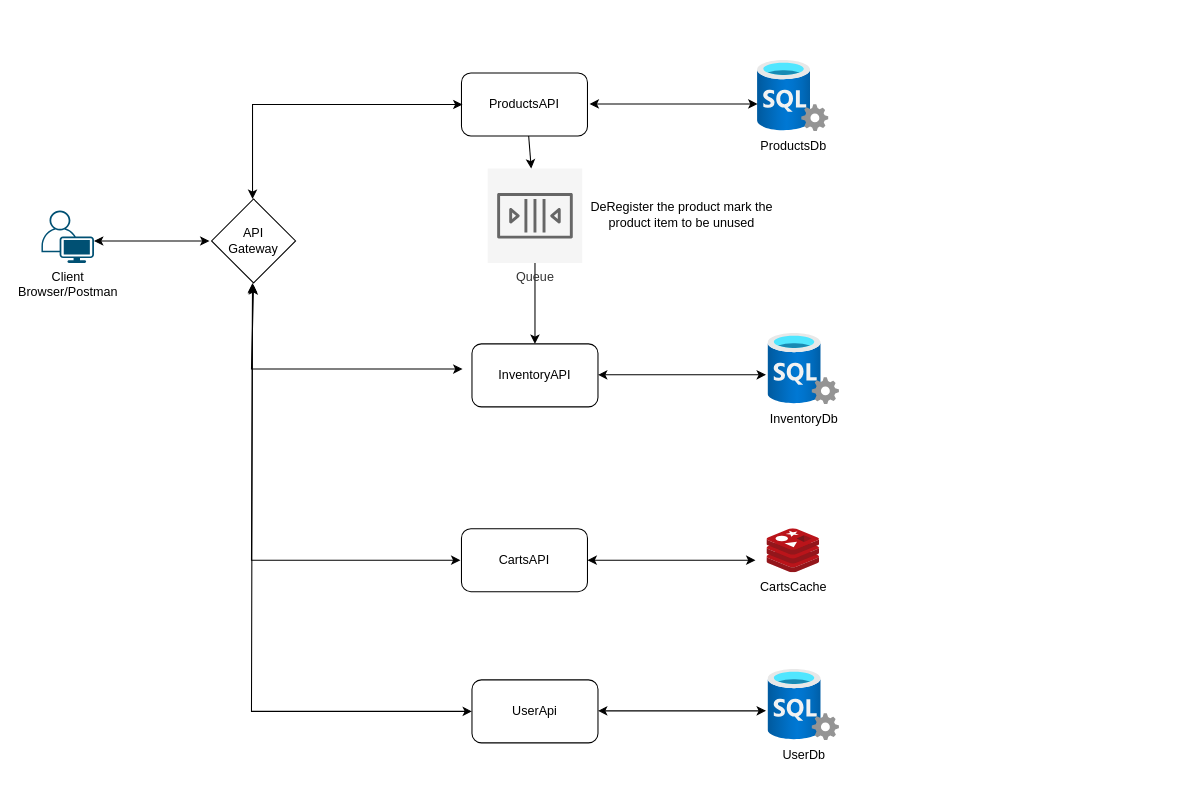
Earlier version of the draw.io diagram 01_Assignment/Design.drawio (abdul-tech-tinkers/dotnet-microservices). Source tidied: cells renumbered, new cells numbered last; positions are measured from the earlier drawing's top-left corner, leaving out a move shared by most shapes. Both pictures are drawn from the tidied source at 105%, with x=0, y=0 at pixel (41, 60).
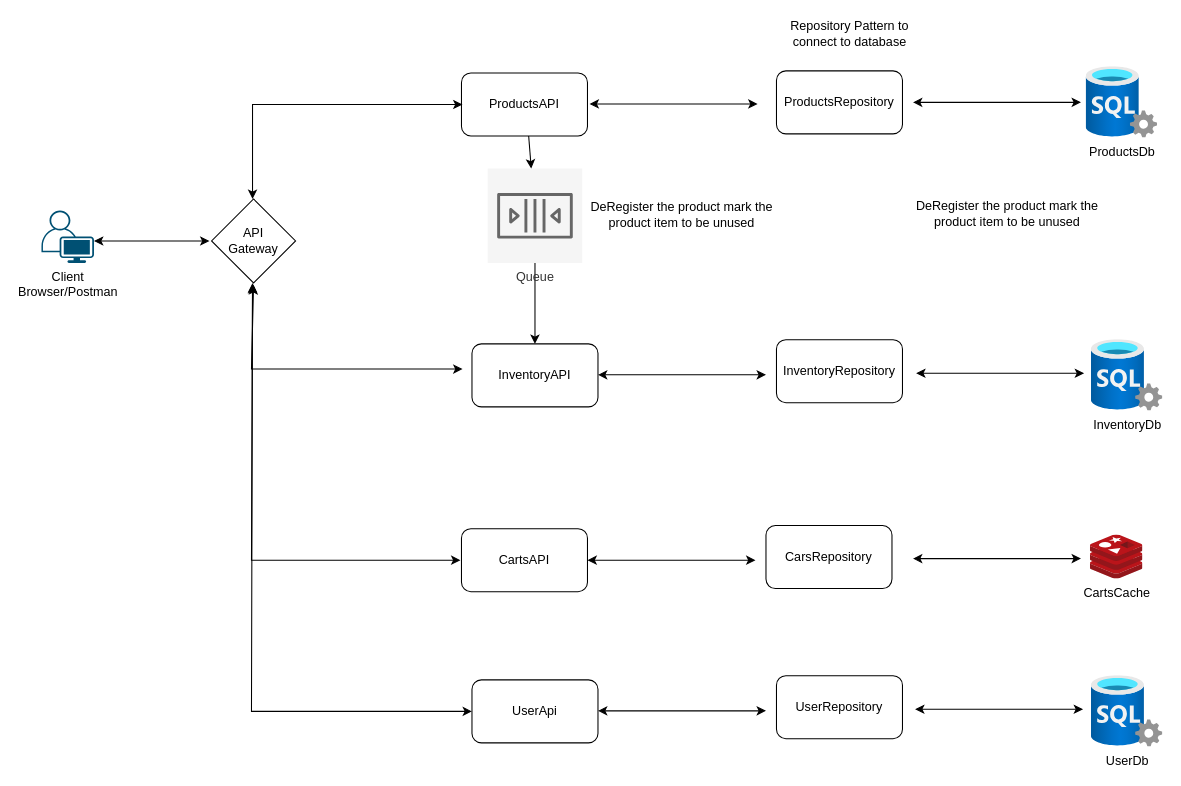
Above is the later version.

What changed in the source:
```diff
@@
     <mxCell id="6" value="ProductsDb" style="image;html=1;align=center;fontSize=12;image=img/lib/azure2/databases/SQL_Server.svg;" parent="1" vertex="1">
-      <mxGeometry x="682" width="68" height="68" as="geometry" />
+      <mxGeometry x="995" y="6" width="68" height="68" as="geometry" />
     </mxCell>
     <mxCell id="7" value="InventoryDb" style="image;html=1;align=center;fontSize=12;image=img/lib/azure2/databases/SQL_Server.svg;" parent="1" vertex="1">
-      <mxGeometry x="692" y="260" width="68" height="68" as="geometry" />
+      <mxGeometry x="1000" y="266" width="68" height="68" as="geometry" />
     </mxCell>
@@
     <mxCell id="11" value="CartsCache" style="image;sketch=0;html=1;align=center;fontSize=12;image=img/lib/mscae/Cache_Redis_Product.svg;" parent="1" vertex="1">
-      <mxGeometry x="691" y="446" width="50" height="42" as="geometry" />
+      <mxGeometry x="999" y="452" width="50" height="42" as="geometry" />
     </mxCell>
@@
     <mxCell id="22" value="UserDb" style="image;html=1;align=center;fontSize=12;image=img/lib/azure2/databases/SQL_Server.svg;" parent="1" vertex="1">
-      <mxGeometry x="692" y="580" width="68" height="68" as="geometry" />
+      <mxGeometry x="1000" y="586" width="68" height="68" as="geometry" />
     </mxCell>
@@
+    <mxCell id="25" style="endArrow=classic;startArrow=classic;html=1;rounded=0;entryX=0;entryY=0.5;entryDx=0;entryDy=0;exitX=1;exitY=0.5;exitDx=0;exitDy=0;" parent="1" edge="1">
+      <mxGeometry relative="1" as="geometry">
+        <mxPoint x="833" y="298" as="sourcePoint" />
+        <mxPoint x="993" y="298" as="targetPoint" />
+      </mxGeometry>
+    </mxCell>
+    <mxCell id="26" style="endArrow=classic;startArrow=classic;html=1;rounded=0;entryX=0;entryY=0.5;entryDx=0;entryDy=0;exitX=1;exitY=0.5;exitDx=0;exitDy=0;" parent="1" edge="1">
+      <mxGeometry relative="1" as="geometry">
+        <mxPoint x="830" y="474.5" as="sourcePoint" />
+        <mxPoint x="990" y="474.5" as="targetPoint" />
+      </mxGeometry>
+    </mxCell>
+    <mxCell id="27" style="endArrow=classic;startArrow=classic;html=1;rounded=0;entryX=0;entryY=0.5;entryDx=0;entryDy=0;exitX=1;exitY=0.5;exitDx=0;exitDy=0;" parent="1" edge="1">
+      <mxGeometry relative="1" as="geometry">
+        <mxPoint x="830" y="40" as="sourcePoint" />
+        <mxPoint x="990" y="40" as="targetPoint" />
+      </mxGeometry>
+    </mxCell>
+    <mxCell id="28" value="DeRegister the product mark the product item to be unused" style="text;html=1;strokeColor=none;fillColor=none;align=center;verticalAlign=middle;whiteSpace=wrap;rounded=0;" parent="1" vertex="1">
+      <mxGeometry x="830" y="130.5" width="180" height="30" as="geometry" />
+    </mxCell>
+    <mxCell id="29" style="endArrow=classic;startArrow=classic;html=1;rounded=0;entryX=0;entryY=0.5;entryDx=0;entryDy=0;exitX=1;exitY=0.5;exitDx=0;exitDy=0;" parent="1" edge="1">
+      <mxGeometry relative="1" as="geometry">
+        <mxPoint x="832" y="618" as="sourcePoint" />
+        <mxPoint x="992" y="618" as="targetPoint" />
+      </mxGeometry>
+    </mxCell>
+    <mxCell id="30" value="ProductsRepository" style="rounded=1;whiteSpace=wrap;html=1;" parent="1" vertex="1">
+      <mxGeometry x="700" y="10" width="120" height="60" as="geometry" />
+    </mxCell>
+    <mxCell id="31" value="InventoryRepository" style="rounded=1;whiteSpace=wrap;html=1;" parent="1" vertex="1">
+      <mxGeometry x="700" y="266" width="120" height="60" as="geometry" />
+    </mxCell>
+    <mxCell id="32" value="CarsRepository" style="rounded=1;whiteSpace=wrap;html=1;" parent="1" vertex="1">
+      <mxGeometry x="690" y="443" width="120" height="60" as="geometry" />
+    </mxCell>
+    <mxCell id="33" value="UserRepository" style="rounded=1;whiteSpace=wrap;html=1;" parent="1" vertex="1">
+      <mxGeometry x="700" y="586" width="120" height="60" as="geometry" />
+    </mxCell>
+    <mxCell id="34" value="Repository Pattern to connect to database" style="text;html=1;strokeColor=none;fillColor=none;align=center;verticalAlign=middle;whiteSpace=wrap;rounded=0;" parent="1" vertex="1">
+      <mxGeometry x="700" y="-40" width="140" height="30" as="geometry" />
+    </mxCell>
```
